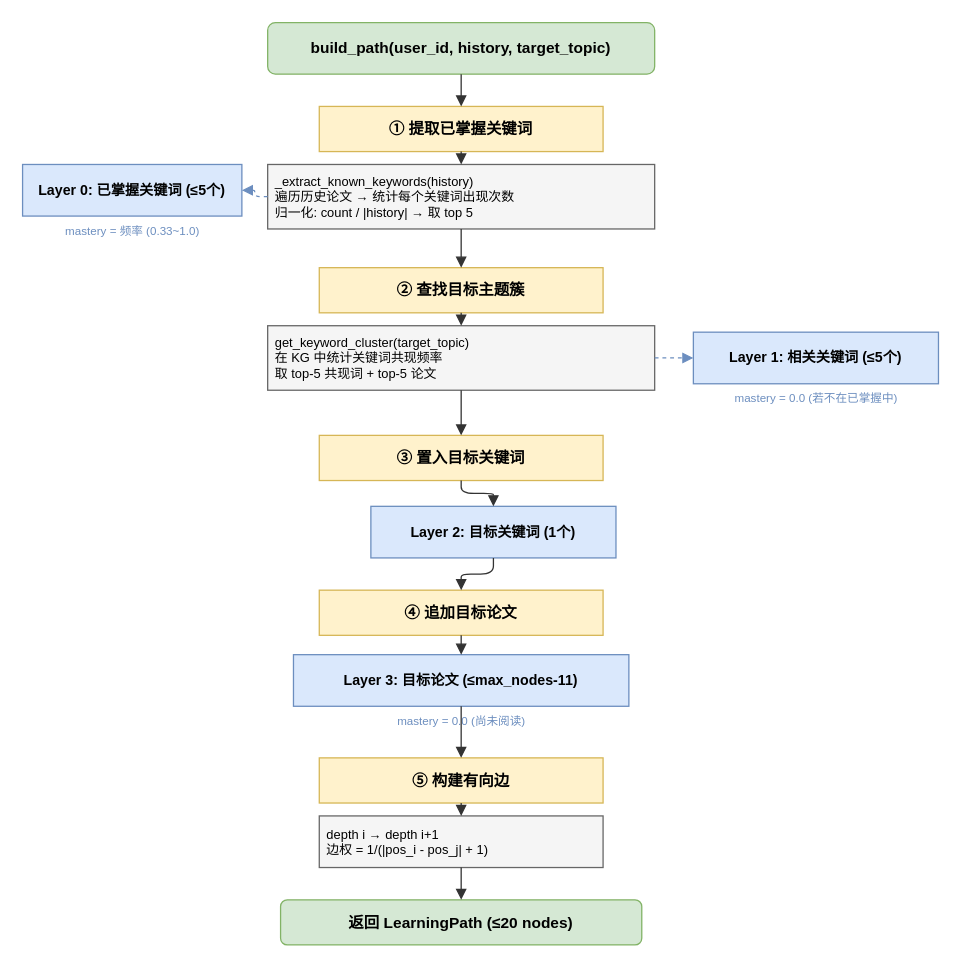
Above: docs/draw/19-learning-path-flow.drawio in this1is1i/ACSR (draw.io), before the change. Source tidied: cells renumbered, new cells numbered last; positions are measured from the earlier drawing's top-left corner, leaving out a move shared by most shapes. Both pictures are drawn from the tidied source at 129%, with x=0, y=0 at pixel (22, 22).
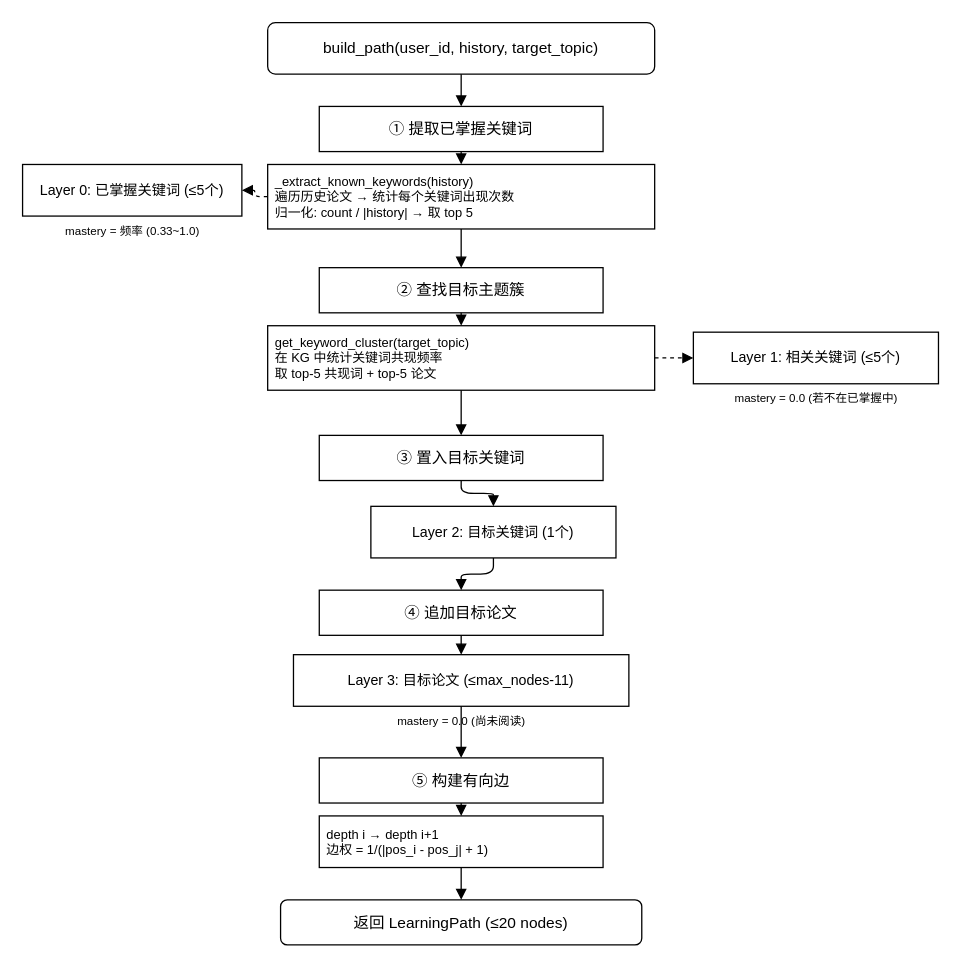
The same page after the edit.

Diff of the diagram source:
```diff
@@
-    <mxCell id="2" value="build_path(user_id, history, target_topic)" style="rounded=1;whiteSpace=wrap;html=1;fillColor=#d5e8d4;strokeColor=#82b366;fontStyle=1;fontSize=12;" parent="1" vertex="1">
+    <mxCell id="2" value="build_path(user_id, history, target_topic)" style="rounded=1;whiteSpace=wrap;html=1;fontStyle=0;fontSize=12;" parent="1" vertex="1">
       <mxGeometry x="190" width="300" height="40" as="geometry" />
     </mxCell>
-    <mxCell id="3" value="① 提取已掌握关键词" style="rounded=0;whiteSpace=wrap;html=1;fillColor=#fff2cc;strokeColor=#d6b656;fontStyle=1;fontSize=12;" parent="1" vertex="1">
+    <mxCell id="3" value="① 提取已掌握关键词" style="rounded=0;whiteSpace=wrap;html=1;fontStyle=0;fontSize=12;" parent="1" vertex="1">
       <mxGeometry x="230" y="65" width="220" height="35" as="geometry" />
     </mxCell>
-    <mxCell id="4" style="edgeStyle=orthogonalEdgeStyle;rounded=1;html=1;strokeColor=#333;endArrow=block;" parent="1" edge="1" source="2" target="3">
+    <mxCell id="4" style="edgeStyle=orthogonalEdgeStyle;rounded=1;html=1;endArrow=block;fontStyle=0;" parent="1" edge="1" source="2" target="3">
       <mxGeometry relative="1" as="geometry" />
     </mxCell>
-    <mxCell id="5" value="_extract_known_keywords(history)&#10;遍历历史论文 → 统计每个关键词出现次数&#10;归一化: count / |history| → 取 top 5" style="rounded=0;whiteSpace=wrap;html=1;fillColor=#f5f5f5;strokeColor=#666;fontSize=10;align=left;spacingLeft=4;" parent="1" vertex="1">
+    <mxCell id="5" value="_extract_known_keywords(history)&#10;遍历历史论文 → 统计每个关键词出现次数&#10;归一化: count / |history| → 取 top 5" style="rounded=0;whiteSpace=wrap;html=1;fontSize=10;align=left;spacingLeft=4;fontStyle=0;" parent="1" vertex="1">
       <mxGeometry x="190" y="110" width="300" height="50" as="geometry" />
     </mxCell>
-    <mxCell id="6" style="edgeStyle=orthogonalEdgeStyle;rounded=1;html=1;strokeColor=#333;endArrow=block;" parent="1" edge="1" source="3" target="5">
+    <mxCell id="6" style="edgeStyle=orthogonalEdgeStyle;rounded=1;html=1;endArrow=block;fontStyle=0;" parent="1" edge="1" source="3" target="5">
       <mxGeometry relative="1" as="geometry" />
     </mxCell>
-    <mxCell id="7" value="Layer 0: 已掌握关键词 (≤5个)" style="rounded=0;whiteSpace=wrap;html=1;fillColor=#dae8fc;strokeColor=#6c8ebf;fontSize=11;fontStyle=1;" parent="1" vertex="1">
+    <mxCell id="7" value="Layer 0: 已掌握关键词 (≤5个)" style="rounded=0;whiteSpace=wrap;html=1;fontSize=11;fontStyle=0;" parent="1" vertex="1">
       <mxGeometry y="110" width="170" height="40" as="geometry" />
     </mxCell>
-    <mxCell id="8" style="edgeStyle=orthogonalEdgeStyle;rounded=1;html=1;strokeColor=#6c8ebf;endArrow=block;dashed=1;" parent="1" edge="1" source="5" target="7">
+    <mxCell id="8" style="edgeStyle=orthogonalEdgeStyle;rounded=1;html=1;endArrow=block;dashed=1;fontStyle=0;" parent="1" edge="1" source="5" target="7">
       <mxGeometry relative="1" as="geometry" />
     </mxCell>
-    <mxCell id="9" value="mastery = 频率 (0.33~1.0)" style="text;html=1;strokeColor=none;fillColor=none;align=center;fontSize=9;fontColor=#6c8ebf;" parent="1" vertex="1">
+    <mxCell id="9" value="mastery = 频率 (0.33~1.0)" style="text;html=1;align=center;fontSize=9;fontStyle=0;" parent="1" vertex="1">
       <mxGeometry x="5" y="150" width="160" height="20" as="geometry" />
     </mxCell>
-    <mxCell id="10" value="② 查找目标主题簇" style="rounded=0;whiteSpace=wrap;html=1;fillColor=#fff2cc;strokeColor=#d6b656;fontStyle=1;fontSize=12;" parent="1" vertex="1">
+    <mxCell id="10" value="② 查找目标主题簇" style="rounded=0;whiteSpace=wrap;html=1;fontStyle=0;fontSize=12;" parent="1" vertex="1">
       <mxGeometry x="230" y="190" width="220" height="35" as="geometry" />
     </mxCell>
-    <mxCell id="11" style="edgeStyle=orthogonalEdgeStyle;rounded=1;html=1;strokeColor=#333;endArrow=block;" parent="1" edge="1" source="5" target="10">
+    <mxCell id="11" style="edgeStyle=orthogonalEdgeStyle;rounded=1;html=1;endArrow=block;fontStyle=0;" parent="1" edge="1" source="5" target="10">
       <mxGeometry relative="1" as="geometry" />
     </mxCell>
-    <mxCell id="12" value="get_keyword_cluster(target_topic)&#10;在 KG 中统计关键词共现频率&#10;取 top-5 共现词 + top-5 论文" style="rounded=0;whiteSpace=wrap;html=1;fillColor=#f5f5f5;strokeColor=#666;fontSize=10;align=left;spacingLeft=4;" parent="1" vertex="1">
+    <mxCell id="12" value="get_keyword_cluster(target_topic)&#10;在 KG 中统计关键词共现频率&#10;取 top-5 共现词 + top-5 论文" style="rounded=0;whiteSpace=wrap;html=1;fontSize=10;align=left;spacingLeft=4;fontStyle=0;" parent="1" vertex="1">
       <mxGeometry x="190" y="235" width="300" height="50" as="geometry" />
     </mxCell>
-    <mxCell id="13" style="edgeStyle=orthogonalEdgeStyle;rounded=1;html=1;strokeColor=#333;endArrow=block;" parent="1" edge="1" source="10" target="12">
+    <mxCell id="13" style="edgeStyle=orthogonalEdgeStyle;rounded=1;html=1;endArrow=block;fontStyle=0;" parent="1" edge="1" source="10" target="12">
       <mxGeometry relative="1" as="geometry" />
     </mxCell>
-    <mxCell id="14" value="Layer 1: 相关关键词 (≤5个)" style="rounded=0;whiteSpace=wrap;html=1;fillColor=#dae8fc;strokeColor=#6c8ebf;fontSize=11;fontStyle=1;" parent="1" vertex="1">
+    <mxCell id="14" value="Layer 1: 相关关键词 (≤5个)" style="rounded=0;whiteSpace=wrap;html=1;fontSize=11;fontStyle=0;" parent="1" vertex="1">
       <mxGeometry x="520" y="240" width="190" height="40" as="geometry" />
     </mxCell>
-    <mxCell id="15" style="edgeStyle=orthogonalEdgeStyle;rounded=1;html=1;strokeColor=#6c8ebf;endArrow=block;dashed=1;" parent="1" edge="1" source="12" target="14">
+    <mxCell id="15" style="edgeStyle=orthogonalEdgeStyle;rounded=1;html=1;endArrow=block;dashed=1;fontStyle=0;" parent="1" edge="1" source="12" target="14">
       <mxGeometry relative="1" as="geometry" />
     </mxCell>
-    <mxCell id="16" value="mastery = 0.0 (若不在已掌握中)" style="text;html=1;strokeColor=none;fillColor=none;align=center;fontSize=9;fontColor=#6c8ebf;" parent="1" vertex="1">
+    <mxCell id="16" value="mastery = 0.0 (若不在已掌握中)" style="text;html=1;align=center;fontSize=9;fontStyle=0;" parent="1" vertex="1">
       <mxGeometry x="530" y="280" width="170" height="20" as="geometry" />
     </mxCell>
-    <mxCell id="17" value="③ 置入目标关键词" style="rounded=0;whiteSpace=wrap;html=1;fillColor=#fff2cc;strokeColor=#d6b656;fontStyle=1;fontSize=12;" parent="1" vertex="1">
+    <mxCell id="17" value="③ 置入目标关键词" style="rounded=0;whiteSpace=wrap;html=1;fontStyle=0;fontSize=12;" parent="1" vertex="1">
       <mxGeometry x="230" y="320" width="220" height="35" as="geometry" />
     </mxCell>
-    <mxCell id="18" style="edgeStyle=orthogonalEdgeStyle;rounded=1;html=1;strokeColor=#333;endArrow=block;" parent="1" edge="1" source="12" target="17">
+    <mxCell id="18" style="edgeStyle=orthogonalEdgeStyle;rounded=1;html=1;endArrow=block;fontStyle=0;" parent="1" edge="1" source="12" target="17">
       <mxGeometry relative="1" as="geometry" />
     </mxCell>
-    <mxCell id="19" value="Layer 2: 目标关键词 (1个)" style="rounded=0;whiteSpace=wrap;html=1;fillColor=#dae8fc;strokeColor=#6c8ebf;fontSize=11;fontStyle=1;" parent="1" vertex="1">
+    <mxCell id="19" value="Layer 2: 目标关键词 (1个)" style="rounded=0;whiteSpace=wrap;html=1;fontSize=11;fontStyle=0;" parent="1" vertex="1">
       <mxGeometry x="270" y="375" width="190" height="40" as="geometry" />
     </mxCell>
-    <mxCell id="20" style="edgeStyle=orthogonalEdgeStyle;rounded=1;html=1;strokeColor=#333;endArrow=block;entryX=0.5;entryY=0;entryDx=0;entryDy=0;" parent="1" edge="1" source="17" target="19">
+    <mxCell id="20" style="edgeStyle=orthogonalEdgeStyle;rounded=1;html=1;endArrow=block;entryX=0.5;entryY=0;entryDx=0;entryDy=0;fontStyle=0;" parent="1" edge="1" source="17" target="19">
       <mxGeometry relative="1" as="geometry" />
     </mxCell>
-    <mxCell id="21" value="④ 追加目标论文" style="rounded=0;whiteSpace=wrap;html=1;fillColor=#fff2cc;strokeColor=#d6b656;fontStyle=1;fontSize=12;" parent="1" vertex="1">
+    <mxCell id="21" value="④ 追加目标论文" style="rounded=0;whiteSpace=wrap;html=1;fontStyle=0;fontSize=12;" parent="1" vertex="1">
       <mxGeometry x="230" y="440" width="220" height="35" as="geometry" />
     </mxCell>
-    <mxCell id="22" style="edgeStyle=orthogonalEdgeStyle;rounded=1;html=1;strokeColor=#333;endArrow=block;" parent="1" edge="1" source="19" target="21">
+    <mxCell id="22" style="edgeStyle=orthogonalEdgeStyle;rounded=1;html=1;endArrow=block;fontStyle=0;" parent="1" edge="1" source="19" target="21">
       <mxGeometry relative="1" as="geometry" />
     </mxCell>
-    <mxCell id="23" value="Layer 3: 目标论文 (≤max_nodes-11)" style="rounded=0;whiteSpace=wrap;html=1;fillColor=#dae8fc;strokeColor=#6c8ebf;fontSize=11;fontStyle=1;" parent="1" vertex="1">
+    <mxCell id="23" value="Layer 3: 目标论文 (≤max_nodes-11)" style="rounded=0;whiteSpace=wrap;html=1;fontSize=11;fontStyle=0;" parent="1" vertex="1">
       <mxGeometry x="210" y="490" width="260" height="40" as="geometry" />
     </mxCell>
-    <mxCell id="24" style="edgeStyle=orthogonalEdgeStyle;rounded=1;html=1;strokeColor=#333;endArrow=block;" parent="1" edge="1" source="21" target="23">
+    <mxCell id="24" style="edgeStyle=orthogonalEdgeStyle;rounded=1;html=1;endArrow=block;fontStyle=0;" parent="1" edge="1" source="21" target="23">
       <mxGeometry relative="1" as="geometry" />
     </mxCell>
-    <mxCell id="25" value="mastery = 0.0 (尚未阅读)" style="text;html=1;strokeColor=none;fillColor=none;align=center;fontSize=9;fontColor=#6c8ebf;" parent="1" vertex="1">
+    <mxCell id="25" value="mastery = 0.0 (尚未阅读)" style="text;html=1;align=center;fontSize=9;fontStyle=0;" parent="1" vertex="1">
       <mxGeometry x="240" y="530" width="200" height="20" as="geometry" />
     </mxCell>
-    <mxCell id="26" value="⑤ 构建有向边" style="rounded=0;whiteSpace=wrap;html=1;fillColor=#fff2cc;strokeColor=#d6b656;fontStyle=1;fontSize=12;" parent="1" vertex="1">
+    <mxCell id="26" value="⑤ 构建有向边" style="rounded=0;whiteSpace=wrap;html=1;fontStyle=0;fontSize=12;" parent="1" vertex="1">
       <mxGeometry x="230" y="570" width="220" height="35" as="geometry" />
     </mxCell>
-    <mxCell id="27" style="edgeStyle=orthogonalEdgeStyle;rounded=1;html=1;strokeColor=#333;endArrow=block;" parent="1" edge="1" source="23" target="26">
+    <mxCell id="27" style="edgeStyle=orthogonalEdgeStyle;rounded=1;html=1;endArrow=block;fontStyle=0;" parent="1" edge="1" source="23" target="26">
       <mxGeometry relative="1" as="geometry" />
     </mxCell>
-    <mxCell id="28" value="depth i → depth i+1&#10;边权 = 1/(|pos_i - pos_j| + 1)" style="rounded=0;whiteSpace=wrap;html=1;fillColor=#f5f5f5;strokeColor=#666;fontSize=10;align=left;spacingLeft=4;" parent="1" vertex="1">
+    <mxCell id="28" value="depth i → depth i+1&#10;边权 = 1/(|pos_i - pos_j| + 1)" style="rounded=0;whiteSpace=wrap;html=1;fontSize=10;align=left;spacingLeft=4;fontStyle=0;" parent="1" vertex="1">
       <mxGeometry x="230" y="615" width="220" height="40" as="geometry" />
     </mxCell>
-    <mxCell id="29" style="edgeStyle=orthogonalEdgeStyle;rounded=1;html=1;strokeColor=#333;endArrow=block;" parent="1" edge="1" source="26" target="28">
+    <mxCell id="29" style="edgeStyle=orthogonalEdgeStyle;rounded=1;html=1;endArrow=block;fontStyle=0;" parent="1" edge="1" source="26" target="28">
       <mxGeometry relative="1" as="geometry" />
     </mxCell>
-    <mxCell id="30" value="返回 LearningPath (≤20 nodes)" style="rounded=1;whiteSpace=wrap;html=1;fillColor=#d5e8d4;strokeColor=#82b366;fontStyle=1;fontSize=12;" parent="1" vertex="1">
+    <mxCell id="30" value="返回 LearningPath (≤20 nodes)" style="rounded=1;whiteSpace=wrap;html=1;fontStyle=0;fontSize=12;" parent="1" vertex="1">
       <mxGeometry x="200" y="680" width="280" height="35" as="geometry" />
     </mxCell>
-    <mxCell id="31" style="edgeStyle=orthogonalEdgeStyle;rounded=1;html=1;strokeColor=#333;endArrow=block;" parent="1" edge="1" source="28" target="30">
+    <mxCell id="31" style="edgeStyle=orthogonalEdgeStyle;rounded=1;html=1;endArrow=block;fontStyle=0;" parent="1" edge="1" source="28" target="30">
       <mxGeometry relative="1" as="geometry" />
     </mxCell>
```
